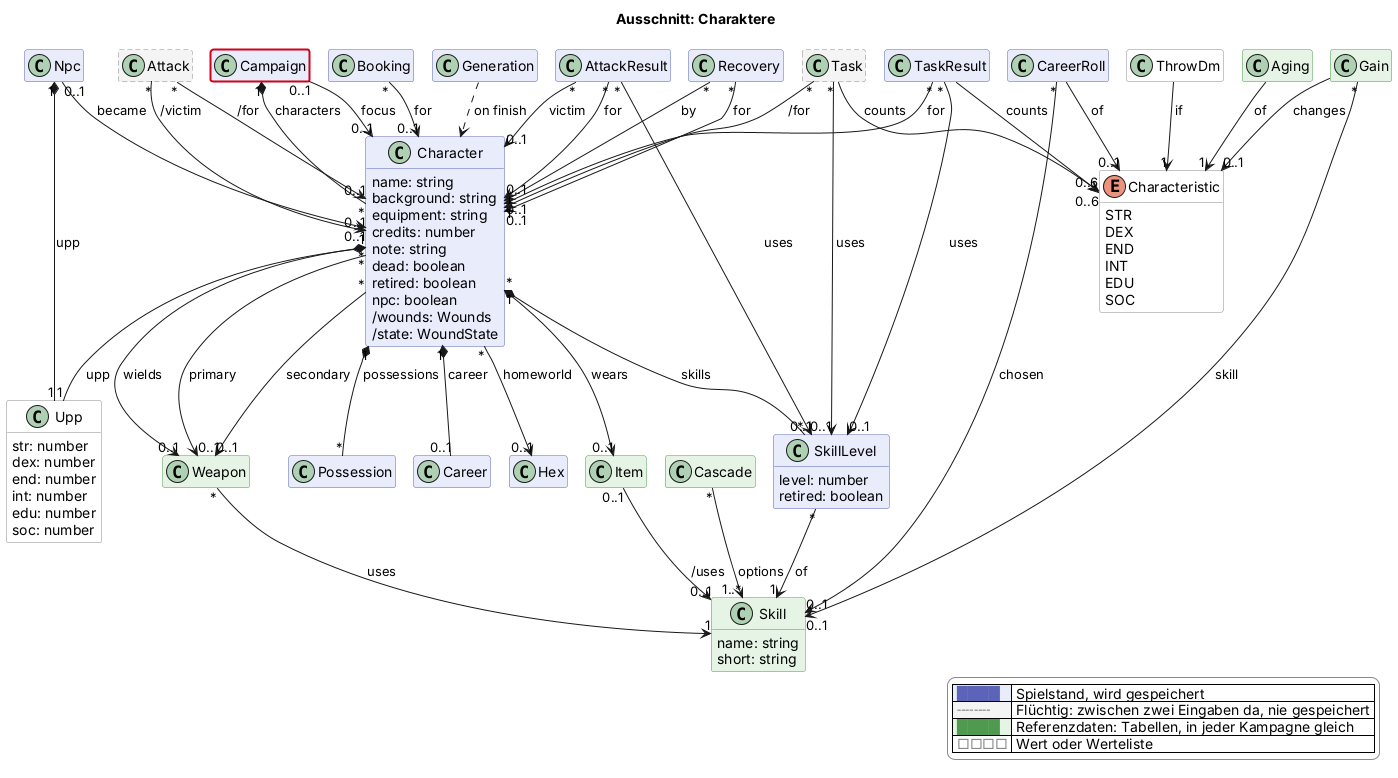
scuzzar/SRE keeps this PlantUML diagram as docs/views/charakter.png. Above is the earlier version. Source of this version:
```plantuml
@startuml
!if %not(%variable_exists("$change"))
!$change = "*"
!endif
!function $marked($c)
!return $change == "*" || $change == $c
!endfunction
!function $new($c, $t)
!if $marked($c)
!return "<color:#d0021b><b>" + $t + "</b></color>"
!endif
!return $t
!endfunction
!procedure $gone($c, $t)
!if $marked($c)
<color:#d0021b><s>$t</s></color>
!endif
!endprocedure
!function $newClass($c)
!if $marked($c)
!return "#line:d0021b;line.bold"
!endif
!return ""
!endfunction
!function $newArrow($c)
!if $marked($c)
!return "[#d0021b,bold]"
!endif
!return ""
!endfunction
!pragma layout smetana
title Ausschnitt: Charaktere
hide empty members
hide methods
skinparam classAttributeIconSize 0
skinparam shadowing false
skinparam packageStyle rectangle
skinparam class {
  BackgroundColor #e8ecfb
  BorderColor #5b64b8
  BackgroundColor<<transient>> #f4f4f4
  BorderColor<<transient>> #8a8a8a
  BackgroundColor<<reference>> #e6f4e6
  BorderColor<<reference>> #4f9a4f
  BackgroundColor<<value>> #ffffff
  BorderColor<<value>> #8a8a8a
}
skinparam legendBackgroundColor #ffffff
skinparam legendBorderColor #8a8a8a
<style>
classDiagram {
  class {
    .transient {
      LineStyle 5-3
    }
  }
}
</style>
hide <<transient>> stereotype
hide <<reference>> stereotype
hide <<value>> stereotype

  class Campaign $kampagne
  class Booking $shop
  class Character $charakter {
    name: string
    background: string
    equipment: string
    credits: number
    note: string
    dead: boolean
    retired: boolean
    npc: boolean
    /wounds: Wounds
    /state: WoundState
  }
  class Upp <<value>> $charakter {
    str: number
    dex: number
    end: number
    int: number
    edu: number
    soc: number
  }
  class SkillLevel $charakter {
    level: number
    retired: boolean
  }
  class Possession $shop

  class Generation $erschaffung
  class Career $erschaffung
  class CareerRoll $erschaffung

  class Hex $sektor


  class Task <<transient>> $probe
  class TaskResult $probe
  class Attack <<transient>> $kampf
  class AttackResult $kampf
  class Recovery $kampf
  class Npc $begegnung

  class Skill <<reference>> $charakter {
    name: string
    short: string
  }
  class ThrowDm <<value>> $erschaffung
  class Gain <<reference>> $erschaffung
  class Item <<reference>> $shop
  class Weapon <<reference>> $kampf
  class Cascade <<reference>> $erschaffung
  class Aging <<reference>> $erschaffung
  enum Characteristic <<value>> $charakter {
    STR
    DEX
    END
    INT
    EDU
    SOC
  }

Campaign "1" *-- "*" Character : characters
Campaign "0..1" --> "0..1" Character : focus
Booking "*" --> "0..1" Character : for

Generation ..> Character : on finish
Character "1" *-- "0..1" Career : career
Character "*" --> "0..1" Hex : homeworld
CareerRoll --> "0..1" Characteristic : of
CareerRoll "*" --> "0..1" Skill : chosen

ThrowDm --> "1" Characteristic : if
Gain "*" --> "0..1" Skill : skill
Gain --> "0..1" Characteristic : changes
Cascade "*" --> "1..*" Skill : options
Aging --> "1" Characteristic : of


Character "1" *-- "1" Upp : upp
Character "1" *-- "*" SkillLevel : skills
SkillLevel "*" --> "1" Skill : of
Character "1" *-- "*" Possession : possessions
Item "0..1" --> "0..1" Skill : /uses
Character "*" --> "0..1" Weapon : wields
Character "*" --> "0..1" Weapon : primary
Character "*" --> "0..1" Weapon : secondary

Weapon "*" --> "1" Skill : uses

Recovery "*" --> "0..1" Character : for
Recovery "*" --> "0..1" Character : by
TaskResult "*" --> "1" Character : for
TaskResult "*" --> "0..1" SkillLevel : uses
TaskResult --> "0..6" Characteristic : counts

Task "*" --> "1" Character : /for
Task "*" --> "0..1" SkillLevel : uses
Task --> "0..6" Characteristic : counts

Attack "*" --> "0..1" Character : /for
Attack "*" --> "0..1" Character : /victim
AttackResult "*" --> "0..1" Character : for
AttackResult "*" --> "0..1" Character : victim
AttackResult "*" --> "0..1" SkillLevel : uses

Npc "1" *-- "1" Upp : upp
Npc "0..1" --> "0..1" Character : became
Character "*" --> "0..1" Item : wears



legend right
  |<#e8ecfb> <color:#5b64b8>████</color> | Spielstand, wird gespeichert |
  |<#f4f4f4> <color:#8a8a8a>╌╌╌╌</color> | Flüchtig: zwischen zwei Eingaben da, nie gespeichert |
  |<#e6f4e6> <color:#4f9a4f>████</color> | Referenzdaten: Tabellen, in jeder Kampagne gleich |
  |<#ffffff> <color:#8a8a8a>□□□□</color> | Wert oder Werteliste |
endlegend
class Campaign #line:d0021b;line.bold
@enduml
```
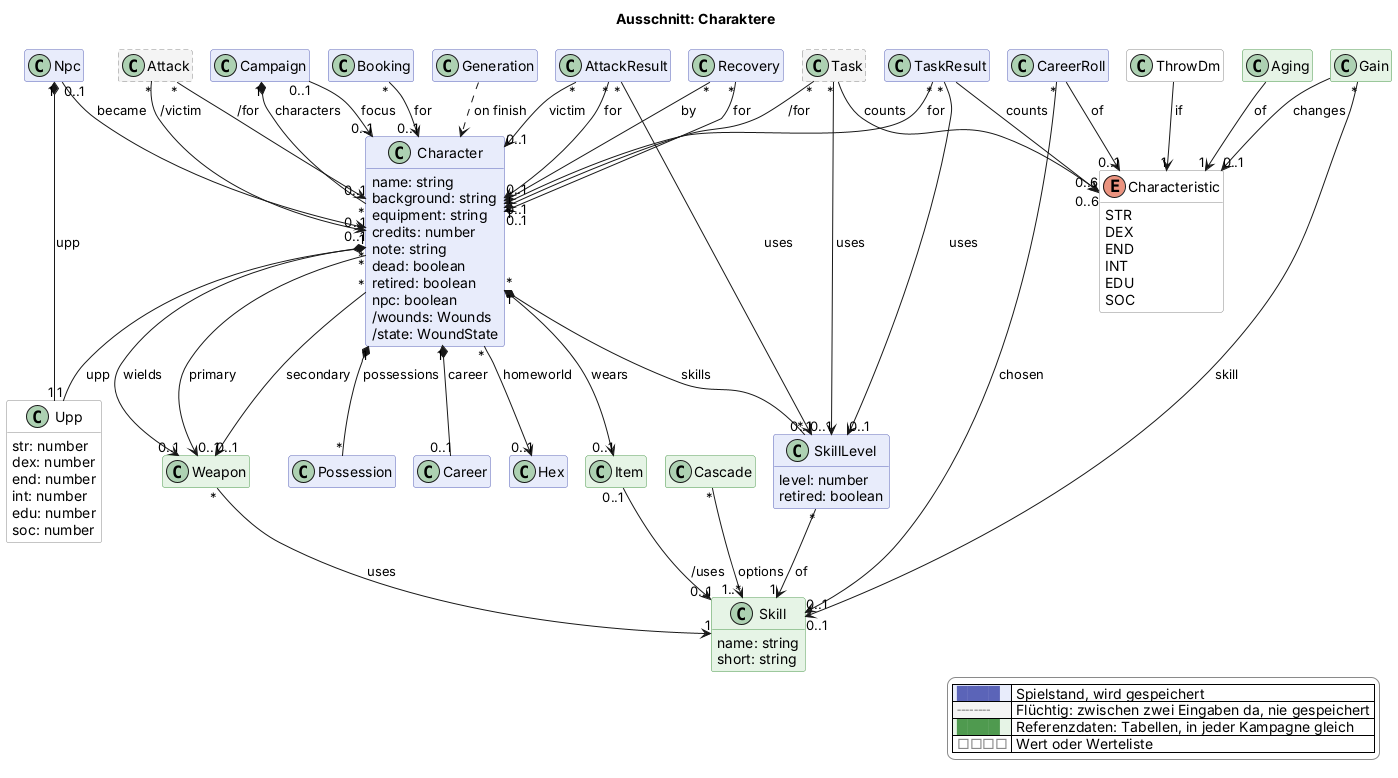
Above is the later version.

What changed in the source:
```diff
@@ -177,5 +177,4 @@
   |<#e6f4e6> <color:#4f9a4f>████</color> | Referenzdaten: Tabellen, in jeder Kampagne gleich |
   |<#ffffff> <color:#8a8a8a>□□□□</color> | Wert oder Werteliste |
 endlegend
-class Campaign #line:d0021b;line.bold
 @enduml
```
